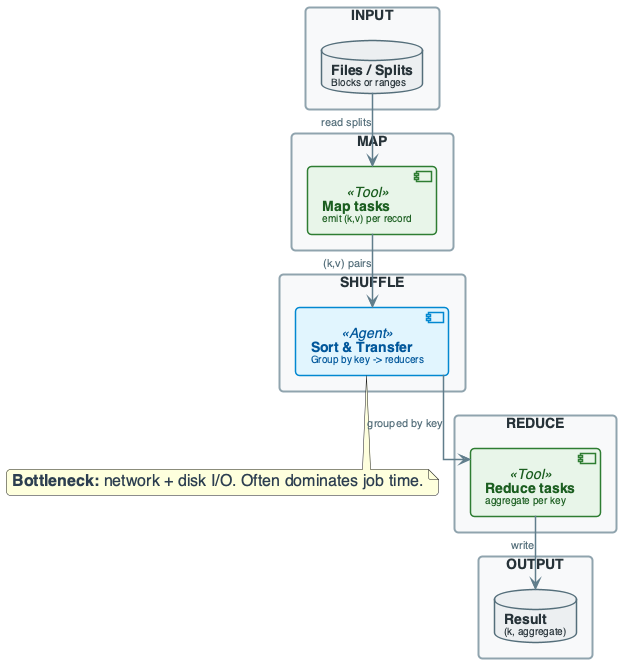
OrPerets/data-engineering-course keeps this PlantUML diagram as diagrams/week06/week6_lecture_slide17_system_overview.png. Above is the earlier version. Source of this version:
```plantuml
@startuml

top to bottom direction
skinparam linetype ortho
skinparam shadowing false
skinparam roundcorner 8
skinparam handwritten false
skinparam nodesep 24
skinparam ranksep 28

skinparam defaultFontName "Segoe UI, Helvetica, sans-serif"
skinparam defaultFontSize 16
skinparam defaultFontColor #2C3E50

skinparam rectangle {
    BackgroundColor #F8F9FA
    BorderColor #90A4AE
    BorderThickness 2
    FontColor #263238
    FontSize 14
    FontStyle bold
    Padding 20
}

skinparam component {
    BackgroundColor #FFFFFF
    BorderColor #78909C
    BorderThickness 1.5
    FontSize 14
    Padding 12
}

skinparam database {
    BackgroundColor #ECEFF1
    BorderColor #546E7A
    BorderThickness 1.5
    FontSize 14
    FontColor #263238
}

skinparam arrow {
    Color #607D8B
    Thickness 1.5
    FontSize 11
    FontColor #546E7A
}

skinparam component<<UI>> {
    BorderColor #8E24AA
    BackgroundColor #F3E5F5
    FontColor #4A148C
}

skinparam component<<Agent>> {
    BorderColor #0288D1
    BackgroundColor #E1F5FE
    FontColor #01579B
}

skinparam component<<Tool>> {
    BorderColor #2E7D32
    BackgroundColor #E8F5E9
    FontColor #1B5E20
}

skinparam component<<Config>> {
    BorderColor #F57C00
    BackgroundColor #FFF3E0
    FontColor #E65100
}

skinparam component<<Bad>> {
    BorderColor #C62828
    BackgroundColor #FFEBEE
    FontColor #B71C1C
}

skinparam component<<V1>> {
    BorderColor #F57C00
    BackgroundColor #FFF3E0
    FontColor #E65100
}

skinparam component<<V2>> {
    BorderColor #2E7D32
    BackgroundColor #E8F5E9
    FontColor #1B5E20
}

skinparam component<<up>> {
    BackgroundColor #E8F5E9
    BorderColor #2E7D32
}

skinparam component<<down>> {
    BackgroundColor #FFEBEE
    BorderColor #C62828
}

skinparam database<<up>> {
    BackgroundColor #E8F5E9
    BorderColor #2E7D32
}

skinparam database<<down>> {
    BackgroundColor #FFEBEE
    BorderColor #C62828
}

skinparam component<<success>> {
    BackgroundColor #E8F5E9
    BorderColor #2E7D32
}

skinparam component<<failure>> {
    BackgroundColor #FFEBEE
    BorderColor #C62828
}


rectangle "INPUT" #F8F9FA {
    database "**Files / Splits**\n<size:10>Blocks or ranges</size>" as INP
}

rectangle "MAP" #F8F9FA {
    component "**Map tasks**\n<size:10>emit (k,v) per record</size>" as MAP_FN <<Tool>>
}

rectangle "SHUFFLE" #F8F9FA {
    component "**Sort & Transfer**\n<size:10>Group by key -> reducers</size>" as SORT_XFER <<Agent>>
}

rectangle "REDUCE" #F8F9FA {
    component "**Reduce tasks**\n<size:10>aggregate per key</size>" as RED <<Tool>>
}

rectangle "OUTPUT" #F8F9FA {
    database "**Result**\n<size:10>(k, aggregate)</size>" as OUT
}

INP --> MAP_FN : "read splits"
MAP_FN --> SORT_XFER : "(k,v) pairs"
SORT_XFER --> RED : "grouped by key"
RED --> OUT : "write"

note bottom of SORT_XFER : **Bottleneck:** network + disk I/O. Often dominates job time.

@enduml
```
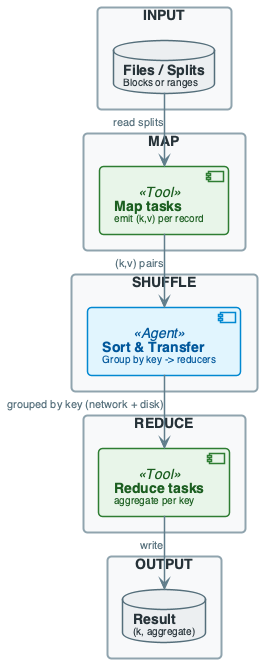
The same diagram one commit later.

What changed in the source:
```diff
@@ -140,9 +140,7 @@
 
 INP --> MAP_FN : "read splits"
 MAP_FN --> SORT_XFER : "(k,v) pairs"
-SORT_XFER --> RED : "grouped by key"
+SORT_XFER --> RED : "grouped by key (network + disk)"
 RED --> OUT : "write"
 
-note bottom of SORT_XFER : **Bottleneck:** network + disk I/O. Often dominates job time.
-
 @enduml
```
